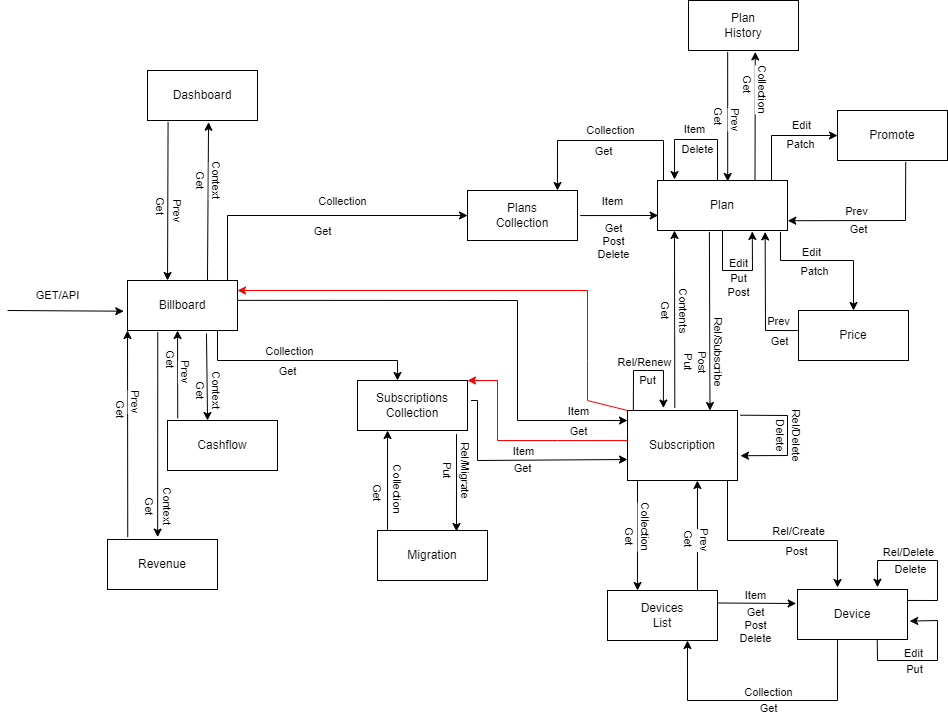
Earlier version of the draw.io export docs/DAP.png (JoaoBruno09/los-bandoleros). Source tidied: cells renumbered, new cells last; positions are measured from the earlier drawing's top-left corner, leaving out a move shared by most shapes.
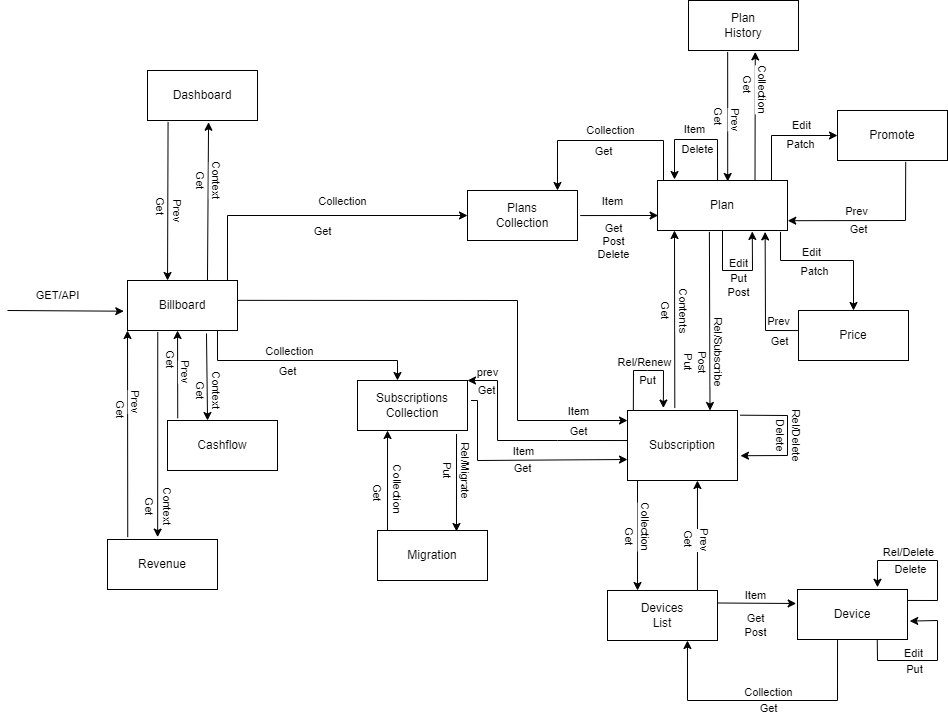
After the change.

Diff of the diagram source:
```diff
@@ -352,24 +352,6 @@
         <mxPoint x="-8" y="32" as="offset" />
       </mxGeometry>
     </mxCell>
-    <mxCell id="72" style="endArrow=classic;html=1;rounded=0;strokeColor=default;entryX=0.364;entryY=-0.04;entryDx=0;entryDy=0;entryPerimeter=0;exitX=0.909;exitY=1;exitDx=0;exitDy=0;exitPerimeter=0;" parent="1" edge="1" source="10" target="12">
-      <mxGeometry relative="1" as="geometry">
-        <Array as="points">
-          <mxPoint x="720" y="540" />
-          <mxPoint x="830" y="540" />
-        </Array>
-      </mxGeometry>
-    </mxCell>
-    <mxCell id="73" value="Rel/Create" style="edgeLabel;html=1;align=center;verticalAlign=middle;" parent="72" vertex="1">
-      <mxGeometry x="0.28" relative="1" as="geometry">
-        <mxPoint x="-8" y="-10" as="offset" />
-      </mxGeometry>
-    </mxCell>
-    <mxCell id="74" value="Post" style="edgeLabel;html=1;align=center;verticalAlign=middle;" parent="72" vertex="1">
-      <mxGeometry x="0.5" y="1" relative="1" as="geometry">
-        <mxPoint x="-34" y="11" as="offset" />
-      </mxGeometry>
-    </mxCell>
     <mxCell id="75" style="endArrow=classic;html=1;rounded=0;strokeColor=default;exitX=0.999;exitY=0.219;exitDx=0;exitDy=0;exitPerimeter=0;entryX=0.727;entryY=-0.044;entryDx=0;entryDy=0;entryPerimeter=0;" parent="1" edge="1" source="12" target="12">
       <mxGeometry relative="1" as="geometry">
         <Array as="points">
@@ -416,7 +398,7 @@
         <mxPoint x="8" y="-8" as="offset" />
       </mxGeometry>
     </mxCell>
-    <mxCell id="83" value="Get&lt;br&gt;Post&lt;br&gt;Delete" style="edgeLabel;html=1;align=center;verticalAlign=middle;" parent="81" vertex="1">
+    <mxCell id="83" value="Get&lt;br&gt;Post" style="edgeLabel;html=1;align=center;verticalAlign=middle;" parent="81" vertex="1">
       <mxGeometry x="0.25" relative="1" as="geometry">
         <mxPoint x="-11" y="22" as="offset" />
       </mxGeometry>
@@ -484,7 +466,7 @@
         <mxPoint x="-9" as="offset" />
       </mxGeometry>
     </mxCell>
-    <mxCell id="96" style="endArrow=classic;html=1;rounded=0;strokeColor=#FF0000;entryX=1;entryY=0;entryDx=0;entryDy=0;exitX=0;exitY=0.429;exitDx=0;exitDy=0;exitPerimeter=0;" parent="1" edge="1" source="10" target="8">
+    <mxCell id="96" style="endArrow=classic;html=1;rounded=0;strokeColor=#000000;entryX=1;entryY=0;entryDx=0;entryDy=0;exitX=0;exitY=0.429;exitDx=0;exitDy=0;exitPerimeter=0;" parent="1" edge="1" source="10" target="8">
       <mxGeometry relative="1" as="geometry">
         <Array as="points">
           <mxPoint x="550" y="440" />
@@ -571,15 +553,13 @@
         <mxPoint x="-7" y="-8" as="offset" />
       </mxGeometry>
     </mxCell>
-    <mxCell id="115" style="endArrow=classic;html=1;rounded=0;strokeColor=#FF0000;entryX=1;entryY=0;entryDx=0;entryDy=0;exitX=0;exitY=0;exitDx=0;exitDy=0;" parent="1" edge="1" source="10">
-      <mxGeometry relative="1" as="geometry">
-        <mxPoint x="230" y="290" as="targetPoint" />
-        <Array as="points">
-          <mxPoint x="580" y="400" />
-          <mxPoint x="580" y="360" />
-          <mxPoint x="580" y="290" />
-        </Array>
-      </mxGeometry>
-    </mxCell>
+    <mxCell id="116" value="prev" style="edgeLabel;html=1;align=center;verticalAlign=middle;" parent="1" vertex="1">
+      <mxGeometry x="479" y="373" as="geometry">
+        <mxPoint y="-1" as="offset" />
+      </mxGeometry>
+    </mxCell>
+    <mxCell id="117" value="Get" style="edgeLabel;html=1;align=center;verticalAlign=middle;" parent="1" vertex="1">
+      <mxGeometry x="478" y="389.9" as="geometry" />
+    </mxCell>
   </root>
 </mxGraphModel>
```
